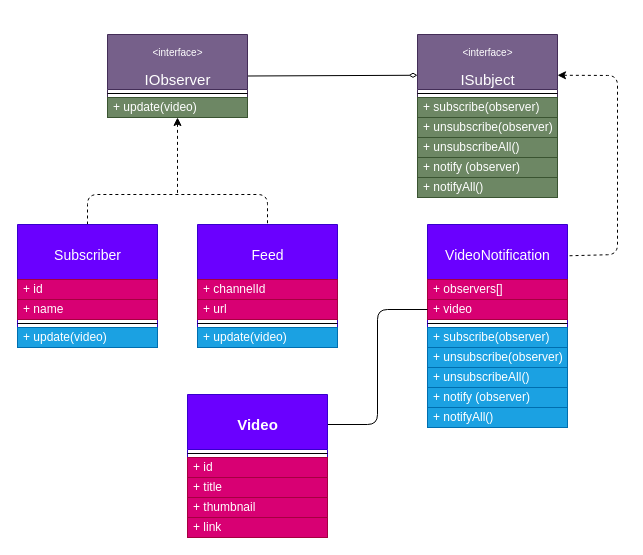
This is page "YouTube Video Notification" (2 of 2) of observer.drawio from eduardophilip/observer_design_pattern, a draw.io file, before an edit. Source tidied: cells renumbered, new cells numbered last; positions are measured from the earlier drawing's top-left corner, leaving out a move shared by most shapes. Both pictures are drawn from the tidied source at 100%, with x=0, y=0 at pixel (17, 34).
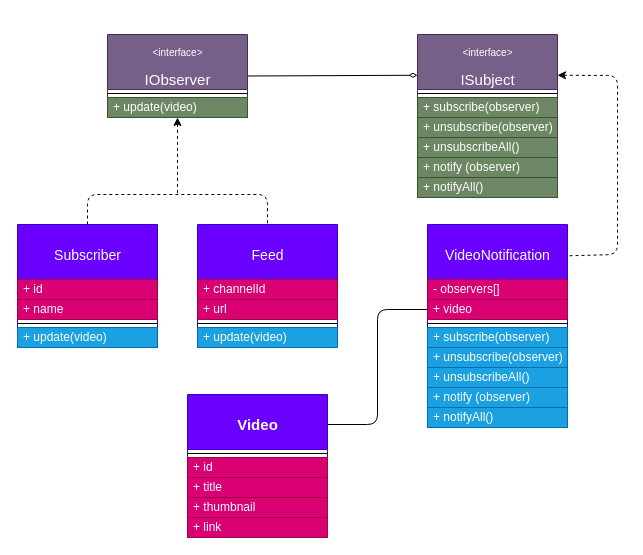
The same page after the edit.

Commit message:
Update Class diagram attribute observers to private

The change refers to these unchanged cells:
```xml
<mxCell id="2" value="&lt;h1&gt;&lt;font style=&quot;font-weight: normal ; font-size: 14px&quot;&gt;VideoNotification&lt;/font&gt;&lt;/h1&gt;" style="swimlane;fontStyle=0;align=center;verticalAlign=middle;horizontal=1;startSize=55;html=1;fillColor=#6a00ff;fontColor=#ffffff;strokeColor=#3700CC;labelPosition=center;verticalLabelPosition=middle;" parent="1" vertex="1">
  <mxGeometry x="410" y="190" width="140" height="203" as="geometry" />
</mxCell>
```

Change to the diagram source:
```diff
@@
-    <mxCell id="3" value="+ observers[]" style="text;html=1;align=left;verticalAlign=middle;spacingLeft=4;spacingRight=4;overflow=hidden;fillColor=#d80073;fontColor=#ffffff;strokeColor=#A50040;" parent="2" vertex="1">
+    <mxCell id="3" value="- observers[]" style="text;html=1;align=left;verticalAlign=middle;spacingLeft=4;spacingRight=4;overflow=hidden;fillColor=#d80073;fontColor=#ffffff;strokeColor=#A50040;" parent="2" vertex="1">
       <mxGeometry y="55" width="140" height="20" as="geometry" />
     </mxCell>
```
